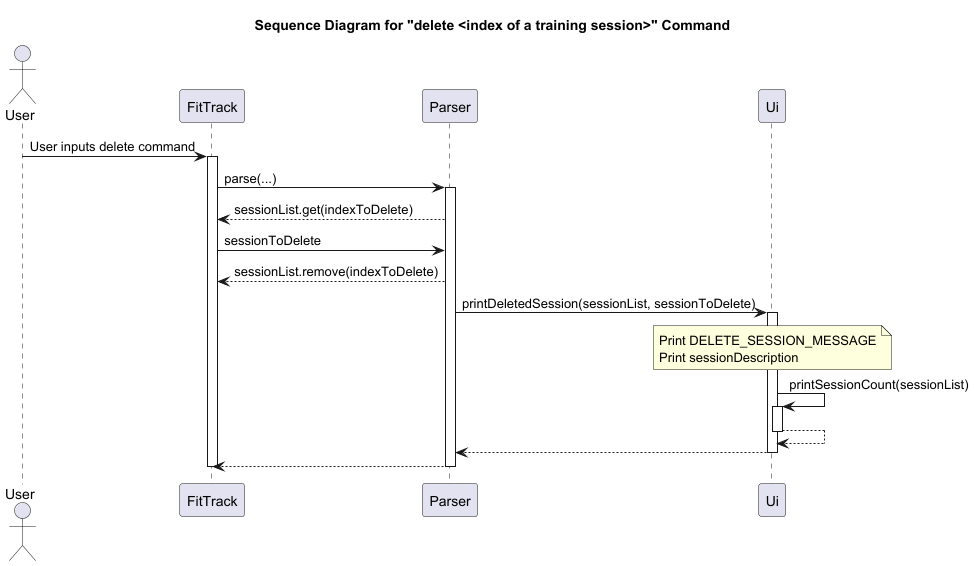
Above: docs/Images/Sequence_DeleteTrainingSession.png in nus-cs2113-AY2425S1/tp (PlantUML), before the change.
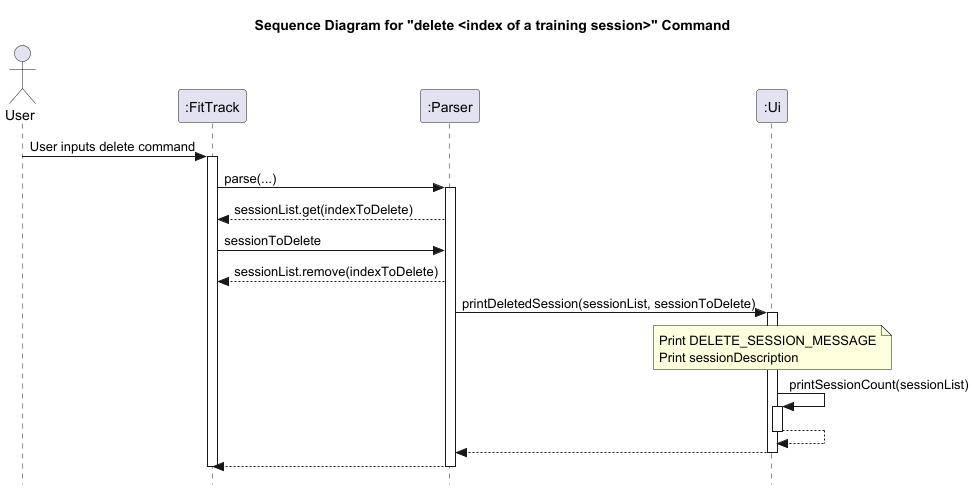
After the change.

Change to the diagram source:
```diff
@@ -2,36 +2,37 @@
 title Sequence Diagram for "delete <index of a training session>" Command
 
 actor User
-participant FitTrack
-participant Parser
-participant Ui
+participant ":FitTrack"
+participant ":Parser"
+participant ":Ui"
+skinparam style strictuml
 
-User -> FitTrack: User inputs delete command
-activate FitTrack
-FitTrack -> Parser: parse(...)
-activate Parser
+User -> ":FitTrack": User inputs delete command
+activate ":FitTrack"
+":FitTrack" -> ":Parser": parse(...)
+activate ":Parser"
 
-Parser --> FitTrack: sessionList.get(indexToDelete)
+":Parser" --> ":FitTrack": sessionList.get(indexToDelete)
 
-FitTrack -> Parser: sessionToDelete
+":FitTrack" -> ":Parser": sessionToDelete
 
-Parser --> FitTrack: sessionList.remove(indexToDelete)
+":Parser" --> ":FitTrack": sessionList.remove(indexToDelete)
 
-Parser -> Ui: printDeletedSession(sessionList, sessionToDelete)
-activate Ui
+":Parser" -> ":Ui": printDeletedSession(sessionList, sessionToDelete)
+activate ":Ui"
 
-note over Ui
+note over ":Ui"
     Print DELETE_SESSION_MESSAGE
     Print sessionDescription
 end note
-Ui -> Ui: printSessionCount(sessionList)
-activate Ui
-Ui --> Ui
-deactivate Ui
-Ui --> Parser
-deactivate Ui
-Parser --> FitTrack
-deactivate Parser
-deactivate FitTrack
+":Ui" -> ":Ui": printSessionCount(sessionList)
+activate ":Ui"
+":Ui" --> ":Ui"
+deactivate ":Ui"
+":Ui" --> ":Parser"
+deactivate ":Ui"
+":Parser" --> ":FitTrack"
+deactivate ":Parser"
+deactivate ":FitTrack"
 
 @enduml
```
